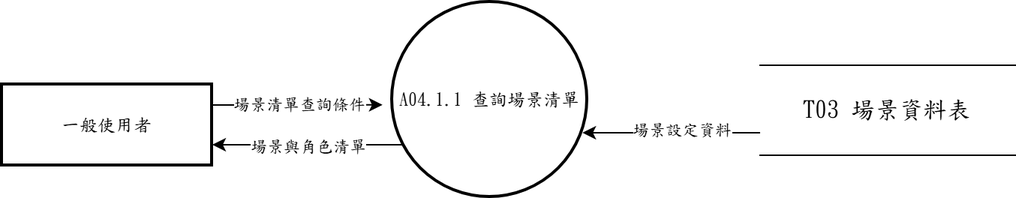
s22452007/115502 keeps this draw.io diagram as 系統文件/第6章/DFD圖/圖4/新/圖4-1.drawio.png. Above is the earlier version. Source tidied: cells renumbered, new cells last; positions are measured from the earlier drawing's top-left corner, leaving out a move shared by most shapes.
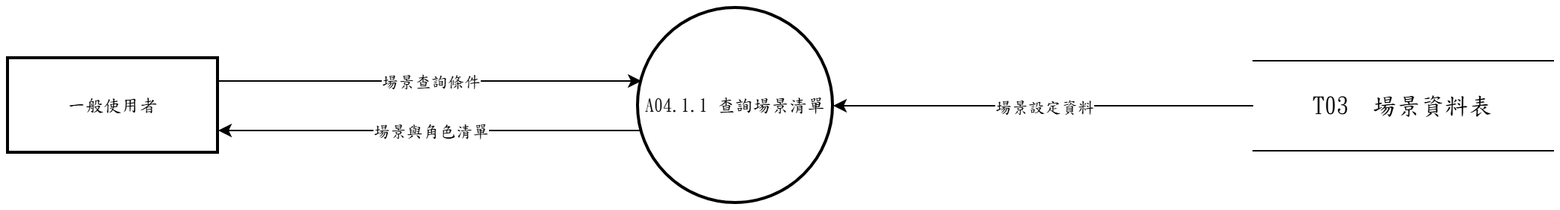
After the change.

Change to the diagram source:
```diff
@@ -2,28 +2,28 @@
   <root>
     <mxCell id="0" />
     <mxCell id="1" parent="0" />
-    <mxCell id="2" value="A04.1.1 查詢場景清單" style="ellipse;strokeWidth=2;whiteSpace=wrap;fontFamily=標楷體;" parent="1" vertex="1">
-      <mxGeometry x="260" width="130" height="130" as="geometry" />
+    <mxCell id="2" value="A04.1.1 查詢場景清單" style="ellipse;strokeWidth=2;whiteSpace=wrap;html=1;fontFamily=標楷體;" parent="1" vertex="1">
+      <mxGeometry x="470" y="-200" width="130" height="130" as="geometry" />
     </mxCell>
-    <mxCell id="3" value="一般使用者" style="whiteSpace=wrap;strokeWidth=2;fontFamily=標楷體;" parent="1" vertex="1">
-      <mxGeometry y="55" width="140" height="54" as="geometry" />
+    <mxCell id="3" value="一般使用者" style="whiteSpace=wrap;strokeWidth=2;html=1;fontFamily=標楷體;" parent="1" vertex="1">
+      <mxGeometry x="50" y="-166.5" width="140" height="63" as="geometry" />
     </mxCell>
-    <mxCell id="4" value="&lt;span lang=&quot;EN-US&quot; style=&quot;font-size: 12pt;&quot;&gt;T03&amp;nbsp;&lt;/span&gt;&lt;span style=&quot;font-size: 12pt;&quot;&gt;場景資料表&lt;/span&gt;" style="shape=partialRectangle;whiteSpace=wrap;html=1;left=0;right=0;fontFamily=標楷體;" parent="1" vertex="1">
-      <mxGeometry x="505" y="42" width="170" height="60" as="geometry" />
+    <mxCell id="4" value="T03  場景資料表" style="shape=partialRectangle;whiteSpace=wrap;html=1;left=0;right=0;fontFamily=標楷體;fontSize=16;" parent="1" vertex="1">
+      <mxGeometry x="880" y="-165" width="200" height="60" as="geometry" />
     </mxCell>
-    <mxCell id="5" style="edgeStyle=none;rounded=0;jettySize=auto;html=1;exitX=1;exitY=0.25;exitDx=0;exitDy=0;entryX=-0.051;entryY=0.526;entryDx=0;entryDy=0;entryPerimeter=0;" parent="1" edge="1" source="3" target="2">
+    <mxCell id="5" style="edgeStyle=none;rounded=0;html=1;fontFamily=標楷體;endArrow=classic;exitX=1.0000;exitY=0.2383;exitDx=0;exitDy=0;exitPerimeter=0;entryX=0.0163;entryY=0.3733;entryDx=0;entryDy=0;entryPerimeter=0;" parent="1" edge="1" source="3" target="2">
       <mxGeometry relative="1" as="geometry" />
     </mxCell>
-    <mxCell id="6" value="場景清單查詢條件" style="edgeLabel;html=1;align=center;verticalAlign=middle;fontFamily=標楷體;" parent="5" vertex="1">
-      <mxGeometry x="0.02" y="1" relative="1" as="geometry" />
-    </mxCell>
+    <mxCell id="11" value="場景查詢條件" style="edgeLabel;html=1;align=center;verticalAlign=middle;fontFamily=標楷體;" parent="5" vertex="1">
+      <mxGeometry relative="1" as="geometry" />
+    </mxCell>
-    <mxCell id="7" style="edgeStyle=none;rounded=0;jettySize=auto;html=1;exitX=0;exitY=0.75;exitDx=0;exitDy=0;entryX=0.974;entryY=0.669;entryDx=0;entryDy=0;entryPerimeter=0;" parent="1" edge="1" source="4" target="2">
+    <mxCell id="7" style="edgeStyle=none;rounded=0;html=1;fontFamily=標楷體;endArrow=classic;exitX=0.0000;exitY=0.5000;exitDx=0;exitDy=0;exitPerimeter=0;entryX=1.0000;entryY=0.5000;entryDx=0;entryDy=0;entryPerimeter=0;" parent="1" edge="1" source="4" target="2">
       <mxGeometry relative="1" as="geometry" />
     </mxCell>
     <mxCell id="8" value="場景設定資料" style="edgeLabel;html=1;align=center;verticalAlign=middle;fontFamily=標楷體;" parent="7" vertex="1">
-      <mxGeometry x="-0.1" y="-2" relative="1" as="geometry" />
+      <mxGeometry relative="1" as="geometry" />
     </mxCell>
-    <mxCell id="9" style="edgeStyle=orthogonalEdgeStyle;rounded=0;jettySize=auto;html=1;exitX=0.0564;exitY=0.7308;exitDx=0;exitDy=0;exitPerimeter=0;entryX=1.0000;entryY=0.7407;entryDx=0;entryDy=0;entryPerimeter=0;" parent="1" edge="1" source="2" target="3">
+    <mxCell id="9" style="edgeStyle=none;rounded=0;html=1;fontFamily=標楷體;endArrow=classic;exitX=0.0163;exitY=0.6267;exitDx=0;exitDy=0;exitPerimeter=0;entryX=1.0000;entryY=0.7617;entryDx=0;entryDy=0;entryPerimeter=0;" parent="1" edge="1" source="2" target="3">
       <mxGeometry relative="1" as="geometry" />
     </mxCell>
     <mxCell id="10" value="場景與角色清單" style="edgeLabel;html=1;align=center;verticalAlign=middle;fontFamily=標楷體;" parent="9" vertex="1">
```
